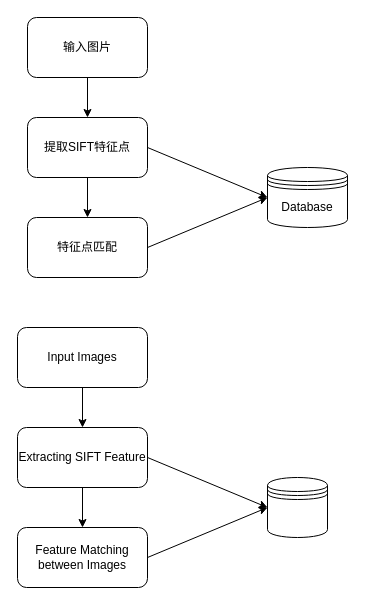
Above: Untitled Diagram1.drawio in TANHAIYU/DeepCalib (draw.io), before the change. Source tidied: cells renumbered, new cells numbered last; positions are measured from the earlier drawing's top-left corner, leaving out a move shared by most shapes. Both pictures are drawn from the tidied source at 100%, with x=0, y=0 at pixel (17, 17).
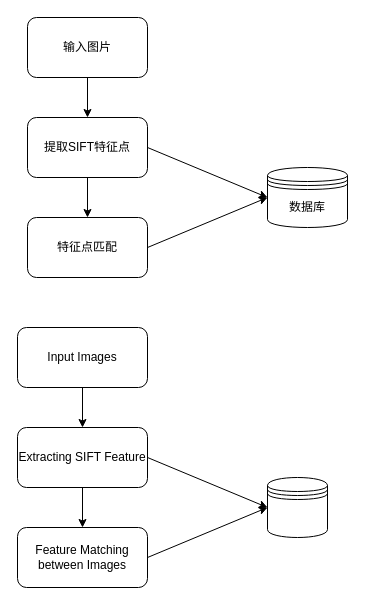
The same page after the edit.

Diff of the diagram source:
```diff
@@
 <mxGraphModel>
   <root>
     <mxCell id="0" />
     <mxCell id="1" parent="0" />
     <mxCell id="2" value="输入图片" style="rounded=1;whiteSpace=wrap;html=1;" parent="1" vertex="1">
       <mxGeometry x="10" width="120" height="60" as="geometry" />
     </mxCell>
     <mxCell id="3" value="提取SIFT特征点" style="rounded=1;whiteSpace=wrap;html=1;" parent="1" vertex="1">
       <mxGeometry x="10" y="100" width="120" height="60" as="geometry" />
     </mxCell>
     <mxCell id="4" style="endArrow=classic;html=1;exitX=0.5;exitY=1;exitDx=0;exitDy=0;entryX=0.5;entryY=0;entryDx=0;entryDy=0;" parent="1" edge="1" source="2" target="3">
       <mxGeometry relative="1" as="geometry" />
     </mxCell>
     <mxCell id="5" value="特征点匹配" style="rounded=1;whiteSpace=wrap;html=1;" parent="1" vertex="1">
       <mxGeometry x="10" y="200" width="120" height="60" as="geometry" />
     </mxCell>
     <mxCell id="6" style="endArrow=classic;html=1;exitX=0.5;exitY=1;exitDx=0;exitDy=0;entryX=0.5;entryY=0;entryDx=0;entryDy=0;" parent="1" edge="1" source="3" target="5">
       <mxGeometry relative="1" as="geometry" />
     </mxCell>
-    <mxCell id="7" value="Database" style="shape=datastore;whiteSpace=wrap;html=1;" parent="1" vertex="1">
+    <mxCell id="7" value="数据库" style="shape=datastore;whiteSpace=wrap;html=1;" parent="1" vertex="1">
       <mxGeometry x="250" y="150" width="80" height="60" as="geometry" />
     </mxCell>
     <mxCell id="8" style="endArrow=classic;html=1;exitX=1;exitY=0.5;exitDx=0;exitDy=0;entryX=0;entryY=0.5;entryDx=0;entryDy=0;" parent="1" edge="1" source="3" target="7">
       <mxGeometry relative="1" as="geometry" />
     </mxCell>
     <mxCell id="9" style="endArrow=classic;html=1;exitX=1;exitY=0.5;exitDx=0;exitDy=0;" parent="1" edge="1" source="5">
       <mxGeometry relative="1" as="geometry">
         <mxPoint x="250" y="180" as="targetPoint" />
       </mxGeometry>
     </mxCell>
     <mxCell id="10" value="Input Images" style="rounded=1;whiteSpace=wrap;html=1;" parent="1" vertex="1">
       <mxGeometry y="310" width="130" height="60" as="geometry" />
     </mxCell>
     <mxCell id="11" value="Extracting SIFT Feature" style="rounded=1;whiteSpace=wrap;html=1;" parent="1" vertex="1">
       <mxGeometry y="410" width="130" height="60" as="geometry" />
     </mxCell>
     <mxCell id="12" style="endArrow=classic;html=1;exitX=0.5;exitY=1;exitDx=0;exitDy=0;entryX=0.5;entryY=0;entryDx=0;entryDy=0;" parent="1" edge="1" source="10" target="11">
       <mxGeometry relative="1" as="geometry" />
     </mxCell>
     <mxCell id="13" value="Feature Matching between Images" style="rounded=1;whiteSpace=wrap;html=1;" parent="1" vertex="1">
       <mxGeometry y="510" width="130" height="60" as="geometry" />
     </mxCell>
     <mxCell id="14" style="endArrow=classic;html=1;exitX=0.5;exitY=1;exitDx=0;exitDy=0;entryX=0.5;entryY=0;entryDx=0;entryDy=0;" parent="1" edge="1" source="11" target="13">
       <mxGeometry relative="1" as="geometry" />
     </mxCell>
     <mxCell id="15" style="shape=datastore;whiteSpace=wrap;html=1;" parent="1" vertex="1">
       <mxGeometry x="250" y="460" width="60" height="60" as="geometry" />
     </mxCell>
     <mxCell id="16" style="endArrow=classic;html=1;exitX=1;exitY=0.5;exitDx=0;exitDy=0;entryX=0;entryY=0.5;entryDx=0;entryDy=0;" parent="1" edge="1" source="11" target="15">
       <mxGeometry relative="1" as="geometry" />
     </mxCell>
     <mxCell id="17" style="endArrow=classic;html=1;exitX=1;exitY=0.5;exitDx=0;exitDy=0;" parent="1" edge="1" source="13">
       <mxGeometry relative="1" as="geometry">
         <mxPoint x="250" y="490" as="targetPoint" />
       </mxGeometry>
     </mxCell>
   </root>
 </mxGraphModel>
```
